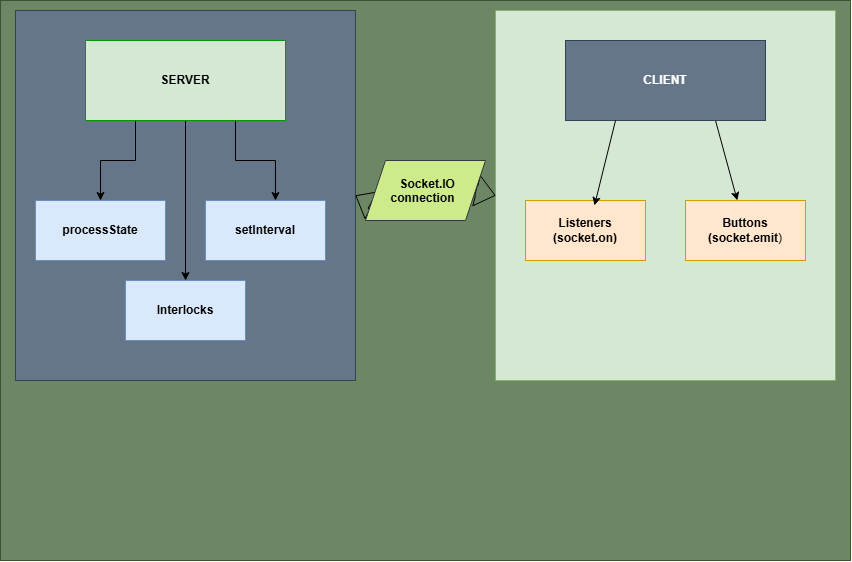
Before: docs/asis-architecture.drawio.png, a diagram exported from draw.io (kelvin-arcanjo/web-scada-hmi-simulator). Source tidied: cells renumbered, new cells last; positions are measured from the earlier drawing's top-left corner, leaving out a move shared by most shapes. Its diagram source:
```xml
<mxGraphModel>
  <root>
    <mxCell id="0" />
    <mxCell id="1" parent="0" />
    <mxCell id="2" style="whiteSpace=wrap;html=1;fillColor=#6d8764;strokeColor=#3A5431;fontColor=#ffffff;" parent="1" vertex="1">
      <mxGeometry width="850" height="560" as="geometry" />
    </mxCell>
    <mxCell id="3" style="whiteSpace=wrap;html=1;fillColor=#d5e8d4;strokeColor=#82b366;" parent="1" vertex="1">
      <mxGeometry x="495" y="10" width="340" height="370" as="geometry" />
    </mxCell>
    <mxCell id="4" style="whiteSpace=wrap;html=1;fillColor=#647687;strokeColor=#314354;fontColor=#ffffff;" parent="1" vertex="1">
      <mxGeometry x="15" y="10" width="340" height="370" as="geometry" />
    </mxCell>
    <mxCell id="5" style="edgeStyle=orthogonalEdgeStyle;rounded=0;jettySize=auto;html=1;exitX=0.25;exitY=1;exitDx=0;exitDy=0;entryX=0.5;entryY=0;entryDx=0;entryDy=0;defaultLabelBackgroundColor=page;" parent="1" edge="1" source="7" target="8">
      <mxGeometry relative="1" as="geometry" />
    </mxCell>
    <mxCell id="6" style="edgeStyle=none;rounded=0;jettySize=auto;html=1;exitX=0.5;exitY=1;exitDx=0;exitDy=0;entryX=0.5;entryY=0;entryDx=0;entryDy=0;defaultLabelBackgroundColor=page;" parent="1" edge="1" source="7" target="10">
      <mxGeometry relative="1" as="geometry" />
    </mxCell>
    <mxCell id="7" value="&lt;b&gt;SERVER&lt;/b&gt;" style="whiteSpace=wrap;html=1;fillColor=#d5e8d4;strokeColor=#009900;" parent="1" vertex="1">
      <mxGeometry x="85" y="40" width="200" height="80" as="geometry" />
    </mxCell>
    <mxCell id="8" value="&lt;b&gt;processState&lt;/b&gt;" style="whiteSpace=wrap;html=1;fillColor=#dae8fc;strokeColor=#6c8ebf;" parent="1" vertex="1">
      <mxGeometry x="35" y="200" width="130" height="60" as="geometry" />
    </mxCell>
    <mxCell id="9" value="&lt;b&gt;setInterval&lt;/b&gt;" style="whiteSpace=wrap;html=1;fillColor=#dae8fc;strokeColor=#6c8ebf;" parent="1" vertex="1">
      <mxGeometry x="205" y="200" width="120" height="60" as="geometry" />
    </mxCell>
    <mxCell id="10" value="&lt;b&gt;Interlocks&lt;/b&gt;" style="whiteSpace=wrap;html=1;fillColor=#dae8fc;strokeColor=#6c8ebf;" parent="1" vertex="1">
      <mxGeometry x="125" y="280" width="120" height="60" as="geometry" />
    </mxCell>
    <mxCell id="11" style="edgeStyle=orthogonalEdgeStyle;rounded=0;jettySize=auto;html=1;exitX=0.75;exitY=1;exitDx=0;exitDy=0;entryX=0.583;entryY=0;entryDx=0;entryDy=0;entryPerimeter=0;defaultLabelBackgroundColor=page;" parent="1" edge="1" source="7" target="9">
      <mxGeometry relative="1" as="geometry" />
    </mxCell>
    <mxCell id="12" style="edgeStyle=orthogonalEdgeStyle;rounded=0;orthogonalLoop=1;jettySize=auto;html=1;innerLoopWaypoints=1;exitX=0.5;exitY=1;exitDx=0;exitDy=0;defaultLabelBackgroundColor=page;" parent="1" edge="1" source="4" target="4">
      <mxGeometry relative="1" as="geometry" />
    </mxCell>
    <mxCell id="13" style="edgeStyle=none;rounded=0;jettySize=auto;html=1;exitX=0.75;exitY=1;exitDx=0;exitDy=0;defaultLabelBackgroundColor=page;" parent="1" edge="1" source="14" target="16">
      <mxGeometry relative="1" as="geometry" />
    </mxCell>
    <mxCell id="14" value="&lt;b&gt;CLIENT&lt;/b&gt;" style="whiteSpace=wrap;html=1;fillColor=#647687;strokeColor=#314354;fontColor=#ffffff;" parent="1" vertex="1">
      <mxGeometry x="565" y="40" width="200" height="80" as="geometry" />
    </mxCell>
    <mxCell id="15" value="&lt;b&gt;Listeners (socket.on)&lt;/b&gt;" style="whiteSpace=wrap;html=1;fillColor=#ffe6cc;strokeColor=#d79b00;" parent="1" vertex="1">
      <mxGeometry x="525" y="200" width="120" height="60" as="geometry" />
    </mxCell>
    <mxCell id="16" value="&lt;b&gt;Buttons (socket.emit&lt;/b&gt;)" style="whiteSpace=wrap;html=1;fillColor=#ffe6cc;strokeColor=#d79b00;" parent="1" vertex="1">
      <mxGeometry x="685" y="200" width="120" height="60" as="geometry" />
    </mxCell>
    <mxCell id="17" style="edgeStyle=none;rounded=0;jettySize=auto;html=1;exitX=0.25;exitY=1;exitDx=0;exitDy=0;entryX=0.575;entryY=0.083;entryDx=0;entryDy=0;entryPerimeter=0;defaultLabelBackgroundColor=page;" parent="1" edge="1" source="14" target="15">
      <mxGeometry relative="1" as="geometry" />
    </mxCell>
    <mxCell id="18" style="edgeStyle=none;shape=flexArrow;rounded=0;jettySize=auto;html=1;exitX=1;exitY=0.5;exitDx=0;exitDy=0;entryX=0;entryY=0.5;entryDx=0;entryDy=0;defaultLabelBackgroundColor=page;" parent="1" edge="1" source="20" target="3">
      <mxGeometry relative="1" as="geometry" />
    </mxCell>
    <mxCell id="19" style="edgeStyle=none;shape=flexArrow;rounded=0;jettySize=auto;html=1;exitX=0;exitY=0.75;exitDx=0;exitDy=0;entryX=1;entryY=0.5;entryDx=0;entryDy=0;defaultLabelBackgroundColor=page;" parent="1" edge="1" source="20" target="4">
      <mxGeometry relative="1" as="geometry" />
    </mxCell>
    <mxCell id="20" value="&lt;b&gt;Socket.IO connection&lt;/b&gt;" style="shape=parallelogram;perimeter=parallelogramPerimeter;whiteSpace=wrap;html=1;shapeInside=1;fixedSize=1;fillColor=#cdeb8b;strokeColor=#36393d;" parent="1" vertex="1">
      <mxGeometry x="365" y="160" width="120" height="60" as="geometry" />
    </mxCell>
  </root>
</mxGraphModel>
```
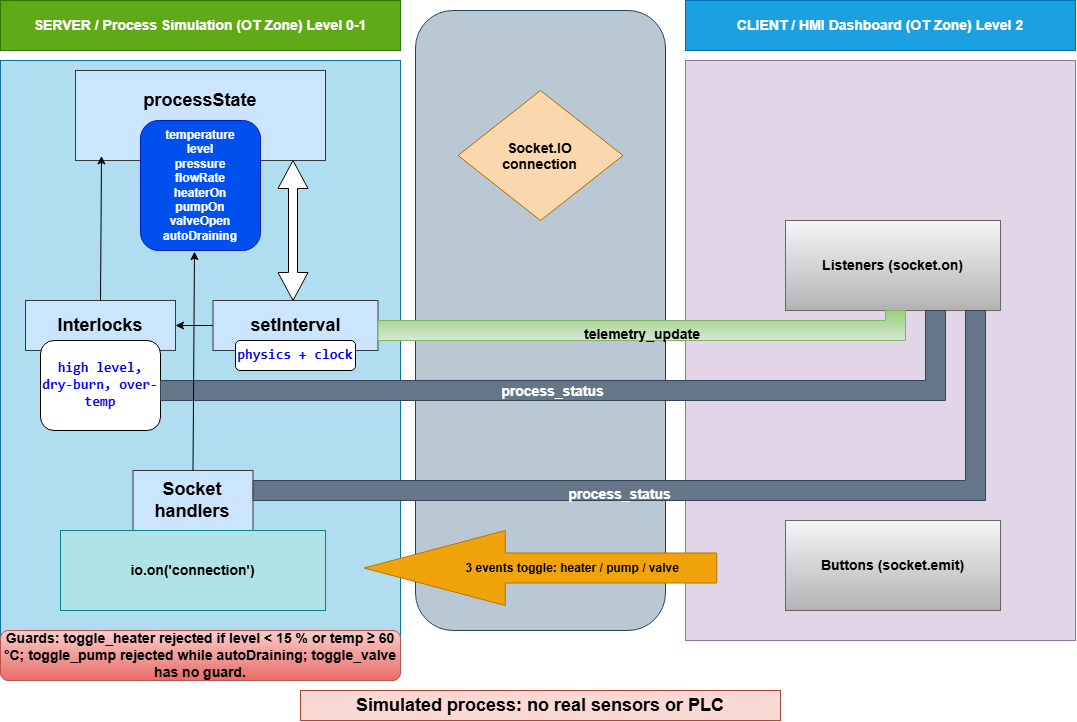
After the change.

What changed in the source:
```diff
@@ -2,62 +2,83 @@
   <root>
     <mxCell id="0" />
     <mxCell id="1" parent="0" />
-    <mxCell id="2" style="whiteSpace=wrap;html=1;fillColor=#6d8764;strokeColor=#3A5431;fontColor=#ffffff;" parent="1" vertex="1">
-      <mxGeometry width="850" height="560" as="geometry" />
-    </mxCell>
-    <mxCell id="3" style="whiteSpace=wrap;html=1;fillColor=#d5e8d4;strokeColor=#82b366;" parent="1" vertex="1">
-      <mxGeometry x="495" y="10" width="340" height="370" as="geometry" />
-    </mxCell>
-    <mxCell id="4" style="whiteSpace=wrap;html=1;fillColor=#647687;strokeColor=#314354;fontColor=#ffffff;" parent="1" vertex="1">
-      <mxGeometry x="15" y="10" width="340" height="370" as="geometry" />
-    </mxCell>
-    <mxCell id="5" style="edgeStyle=orthogonalEdgeStyle;rounded=0;jettySize=auto;html=1;exitX=0.25;exitY=1;exitDx=0;exitDy=0;entryX=0.5;entryY=0;entryDx=0;entryDy=0;defaultLabelBackgroundColor=page;" parent="1" edge="1" source="7" target="8">
-      <mxGeometry relative="1" as="geometry" />
-    </mxCell>
-    <mxCell id="6" style="edgeStyle=none;rounded=0;jettySize=auto;html=1;exitX=0.5;exitY=1;exitDx=0;exitDy=0;entryX=0.5;entryY=0;entryDx=0;entryDy=0;defaultLabelBackgroundColor=page;" parent="1" edge="1" source="7" target="10">
-      <mxGeometry relative="1" as="geometry" />
-    </mxCell>
-    <mxCell id="7" value="&lt;b&gt;SERVER&lt;/b&gt;" style="whiteSpace=wrap;html=1;fillColor=#d5e8d4;strokeColor=#009900;" parent="1" vertex="1">
-      <mxGeometry x="85" y="40" width="200" height="80" as="geometry" />
-    </mxCell>
+    <mxCell id="21" style="rounded=1;whiteSpace=wrap;html=1;fillColor=#bac8d3;strokeColor=#23445d;" parent="1" vertex="1">
+      <mxGeometry x="445" y="-50" width="250" height="620" as="geometry" />
+    </mxCell>
+    <mxCell id="22" style="whiteSpace=wrap;html=1;fillColor=#b1ddf0;strokeColor=#10739e;" parent="1" vertex="1">
+      <mxGeometry x="30" width="400" height="580" as="geometry" />
+    </mxCell>
-    <mxCell id="8" value="&lt;b&gt;processState&lt;/b&gt;" style="whiteSpace=wrap;html=1;fillColor=#dae8fc;strokeColor=#6c8ebf;" parent="1" vertex="1">
-      <mxGeometry x="35" y="200" width="130" height="60" as="geometry" />
+    <mxCell id="8" value="&lt;div style=&quot;&quot;&gt;&lt;b style=&quot;background-color: transparent; color: light-dark(#000000, var(--ge-light-color, #ffffff));&quot;&gt;&lt;font style=&quot;font-size: 18px;&quot;&gt;processState&lt;/font&gt;&lt;/b&gt;&lt;/div&gt;&lt;div style=&quot;&quot;&gt;&lt;b style=&quot;background-color: transparent; color: light-dark(#000000, var(--ge-light-color, #ffffff));&quot;&gt;&lt;font style=&quot;font-size: 24px;&quot;&gt;&lt;br&gt;&lt;/font&gt;&lt;/b&gt;&lt;/div&gt;" style="whiteSpace=wrap;html=1;fillColor=#cce5ff;strokeColor=#36393d;align=center;" parent="1" vertex="1">
+      <mxGeometry x="105" y="10" width="250" height="90" as="geometry" />
     </mxCell>
+    <mxCell id="23" style="edgeStyle=orthogonalEdgeStyle;rounded=0;jettySize=auto;html=1;exitX=0;exitY=0.5;exitDx=0;exitDy=0;entryX=1;entryY=0.5;entryDx=0;entryDy=0;defaultLabelBackgroundColor=page;" parent="1" edge="1" source="9" target="10">
+      <mxGeometry relative="1" as="geometry" />
+    </mxCell>
-    <mxCell id="9" value="&lt;b&gt;setInterval&lt;/b&gt;" style="whiteSpace=wrap;html=1;fillColor=#dae8fc;strokeColor=#6c8ebf;" parent="1" vertex="1">
-      <mxGeometry x="205" y="200" width="120" height="60" as="geometry" />
+    <mxCell id="9" value="&lt;b&gt;&lt;font style=&quot;font-size: 18px;&quot;&gt;setInterval&lt;/font&gt;&lt;/b&gt;" style="whiteSpace=wrap;html=1;fillColor=#cce5ff;strokeColor=#36393d;" parent="1" vertex="1">
+      <mxGeometry x="242.5" y="240" width="165" height="50" as="geometry" />
     </mxCell>
-    <mxCell id="10" value="&lt;b&gt;Interlocks&lt;/b&gt;" style="whiteSpace=wrap;html=1;fillColor=#dae8fc;strokeColor=#6c8ebf;" parent="1" vertex="1">
-      <mxGeometry x="125" y="280" width="120" height="60" as="geometry" />
+    <mxCell id="10" value="&lt;b&gt;&lt;font style=&quot;font-size: 18px;&quot;&gt;Interlocks&lt;/font&gt;&lt;/b&gt;" style="whiteSpace=wrap;html=1;fillColor=#cce5ff;strokeColor=#36393d;" parent="1" vertex="1">
+      <mxGeometry x="55" y="240" width="150" height="50" as="geometry" />
     </mxCell>
-    <mxCell id="11" style="edgeStyle=orthogonalEdgeStyle;rounded=0;jettySize=auto;html=1;exitX=0.75;exitY=1;exitDx=0;exitDy=0;entryX=0.583;entryY=0;entryDx=0;entryDy=0;entryPerimeter=0;defaultLabelBackgroundColor=page;" parent="1" edge="1" source="7" target="9">
-      <mxGeometry relative="1" as="geometry" />
-    </mxCell>
-    <mxCell id="12" style="edgeStyle=orthogonalEdgeStyle;rounded=0;orthogonalLoop=1;jettySize=auto;html=1;innerLoopWaypoints=1;exitX=0.5;exitY=1;exitDx=0;exitDy=0;defaultLabelBackgroundColor=page;" parent="1" edge="1" source="4" target="4">
-      <mxGeometry relative="1" as="geometry" />
-    </mxCell>
-    <mxCell id="13" style="edgeStyle=none;rounded=0;jettySize=auto;html=1;exitX=0.75;exitY=1;exitDx=0;exitDy=0;defaultLabelBackgroundColor=page;" parent="1" edge="1" source="14" target="16">
-      <mxGeometry relative="1" as="geometry" />
-    </mxCell>
-    <mxCell id="14" value="&lt;b&gt;CLIENT&lt;/b&gt;" style="whiteSpace=wrap;html=1;fillColor=#647687;strokeColor=#314354;fontColor=#ffffff;" parent="1" vertex="1">
-      <mxGeometry x="565" y="40" width="200" height="80" as="geometry" />
-    </mxCell>
+    <mxCell id="24" value="&lt;font style=&quot;font-size: 18px;&quot;&gt;&lt;b&gt;Socket handlers&lt;/b&gt;&lt;/font&gt;" style="whiteSpace=wrap;html=1;fillColor=#cce5ff;strokeColor=#36393d;" parent="1" vertex="1">
+      <mxGeometry x="162.5" y="410" width="120" height="60" as="geometry" />
+    </mxCell>
+    <mxCell id="25" value="&lt;b style=&quot;color: rgb(255, 255, 255);&quot;&gt;temperature&lt;/b&gt;&lt;div style=&quot;color: rgb(255, 255, 255);&quot;&gt;&lt;b&gt;level&lt;/b&gt;&lt;/div&gt;&lt;div style=&quot;color: rgb(255, 255, 255);&quot;&gt;&lt;b&gt;pressure&lt;/b&gt;&lt;/div&gt;&lt;div style=&quot;color: rgb(255, 255, 255);&quot;&gt;&lt;b&gt;flowRate&lt;/b&gt;&lt;/div&gt;&lt;div style=&quot;color: rgb(255, 255, 255);&quot;&gt;&lt;b&gt;heaterOn&lt;/b&gt;&lt;/div&gt;&lt;div style=&quot;color: rgb(255, 255, 255);&quot;&gt;&lt;b&gt;pumpOn&lt;/b&gt;&lt;/div&gt;&lt;div style=&quot;color: rgb(255, 255, 255);&quot;&gt;&lt;b&gt;valveOpen&lt;/b&gt;&lt;/div&gt;&lt;div style=&quot;color: rgb(255, 255, 255);&quot;&gt;&lt;b&gt;autoDraining&lt;/b&gt;&lt;/div&gt;" style="rounded=1;whiteSpace=wrap;html=1;fillColor=#0050ef;strokeColor=#001DBC;fontColor=#ffffff;" parent="1" vertex="1">
+      <mxGeometry x="170" y="60" width="120" height="130" as="geometry" />
+    </mxCell>
+    <mxCell id="26" value="&lt;code dir=&quot;ltr&quot;&gt;&lt;b&gt;&lt;font style=&quot;font-size: 14px;&quot;&gt;high level, dry-burn, over-temp&lt;/font&gt;&lt;/b&gt;&lt;/code&gt;" style="rounded=1;whiteSpace=wrap;html=1;fontColor=#0000FF;" parent="1" vertex="1">
+      <mxGeometry x="70" y="280" width="120" height="90" as="geometry" />
+    </mxCell>
+    <mxCell id="27" value="&lt;code dir=&quot;ltr&quot;&gt;&lt;b&gt;&lt;font style=&quot;font-size: 14px;&quot;&gt;physics + clock&lt;/font&gt;&lt;/b&gt;&lt;/code&gt;" style="rounded=1;whiteSpace=wrap;html=1;fontColor=#0000FF;" parent="1" vertex="1">
+      <mxGeometry x="265" y="280" width="120" height="30" as="geometry" />
+    </mxCell>
+    <mxCell id="28" value="&lt;b&gt;&lt;font style=&quot;font-size: 14px;&quot;&gt;io.on('connection')&lt;/font&gt;&lt;/b&gt;" style="whiteSpace=wrap;html=1;fillColor=#b0e3e6;strokeColor=#0e8088;" parent="1" vertex="1">
+      <mxGeometry x="90" y="470" width="265" height="80" as="geometry" />
+    </mxCell>
+    <mxCell id="20" value="&lt;b&gt;&lt;font style=&quot;font-size: 14px;&quot;&gt;Socket.IO connection&lt;/font&gt;&lt;/b&gt;" style="rhombus;whiteSpace=wrap;html=1;shapeInside=1;fillColor=#fad7ac;strokeColor=#b46504;" parent="1" vertex="1">
+      <mxGeometry x="487.5" y="30" width="165" height="130" as="geometry" />
+    </mxCell>
+    <mxCell id="29" style="shape=doubleArrow;direction=south;whiteSpace=wrap;html=1;" parent="1" vertex="1">
+      <mxGeometry x="307.5" y="100" width="30" height="140" as="geometry" />
+    </mxCell>
+    <mxCell id="30" style="whiteSpace=wrap;html=1;fillColor=#e1d5e7;strokeColor=#9673a6;" parent="1" vertex="1">
+      <mxGeometry x="715" width="390" height="580" as="geometry" />
+    </mxCell>
+    <mxCell id="31" style="edgeStyle=none;rounded=0;jettySize=auto;html=1;exitX=0.5;exitY=0;exitDx=0;exitDy=0;entryX=0.104;entryY=0.949;entryDx=0;entryDy=0;entryPerimeter=0;defaultLabelBackgroundColor=page;" parent="1" edge="1" source="10" target="8">
+      <mxGeometry relative="1" as="geometry" />
+    </mxCell>
+    <mxCell id="32" value="&lt;font style=&quot;font-size: 14px;&quot;&gt;&lt;b&gt;SERVER / Process Simulation (OT Zone)&amp;nbsp;&lt;/b&gt;&lt;/font&gt;&lt;b&gt;&lt;font style=&quot;font-size: 14px;&quot;&gt;Level 0-1&lt;/font&gt;&lt;/b&gt;" style="whiteSpace=wrap;html=1;fillColor=#60a917;fontColor=#ffffff;strokeColor=#2D7600;" parent="1" vertex="1">
+      <mxGeometry x="30" y="-60" width="400" height="50" as="geometry" />
+    </mxCell>
+    <mxCell id="33" value="&lt;b&gt;&lt;font style=&quot;font-size: 14px;&quot;&gt;CLIENT / HMI Dashboard (OT Zone)&amp;nbsp;&lt;/font&gt;&lt;font style=&quot;font-size: 14px;&quot;&gt;Level 2&lt;/font&gt;&lt;/b&gt;" style="whiteSpace=wrap;html=1;fillColor=#1ba1e2;fontColor=#ffffff;strokeColor=#006EAF;" parent="1" vertex="1">
+      <mxGeometry x="715" y="-60" width="390" height="50" as="geometry" />
+    </mxCell>
-    <mxCell id="15" value="&lt;b&gt;Listeners (socket.on)&lt;/b&gt;" style="whiteSpace=wrap;html=1;fillColor=#ffe6cc;strokeColor=#d79b00;" parent="1" vertex="1">
-      <mxGeometry x="525" y="200" width="120" height="60" as="geometry" />
+    <mxCell id="15" value="&lt;b&gt;&lt;font style=&quot;font-size: 14px;&quot;&gt;Listeners (socket.on)&lt;/font&gt;&lt;/b&gt;" style="whiteSpace=wrap;html=1;fillColor=#f5f5f5;strokeColor=#666666;gradientColor=#b3b3b3;" parent="1" vertex="1">
+      <mxGeometry x="815" y="160" width="215" height="90" as="geometry" />
     </mxCell>
-    <mxCell id="16" value="&lt;b&gt;Buttons (socket.emit&lt;/b&gt;)" style="whiteSpace=wrap;html=1;fillColor=#ffe6cc;strokeColor=#d79b00;" parent="1" vertex="1">
-      <mxGeometry x="685" y="200" width="120" height="60" as="geometry" />
-    </mxCell>
-    <mxCell id="17" style="edgeStyle=none;rounded=0;jettySize=auto;html=1;exitX=0.25;exitY=1;exitDx=0;exitDy=0;entryX=0.575;entryY=0.083;entryDx=0;entryDy=0;entryPerimeter=0;defaultLabelBackgroundColor=page;" parent="1" edge="1" source="14" target="15">
-      <mxGeometry relative="1" as="geometry" />
-    </mxCell>
-    <mxCell id="18" style="edgeStyle=none;shape=flexArrow;rounded=0;jettySize=auto;html=1;exitX=1;exitY=0.5;exitDx=0;exitDy=0;entryX=0;entryY=0.5;entryDx=0;entryDy=0;defaultLabelBackgroundColor=page;" parent="1" edge="1" source="20" target="3">
-      <mxGeometry relative="1" as="geometry" />
-    </mxCell>
-    <mxCell id="19" style="edgeStyle=none;shape=flexArrow;rounded=0;jettySize=auto;html=1;exitX=0;exitY=0.75;exitDx=0;exitDy=0;entryX=1;entryY=0.5;entryDx=0;entryDy=0;defaultLabelBackgroundColor=page;" parent="1" edge="1" source="20" target="4">
-      <mxGeometry relative="1" as="geometry" />
-    </mxCell>
-    <mxCell id="20" value="&lt;b&gt;Socket.IO connection&lt;/b&gt;" style="shape=parallelogram;perimeter=parallelogramPerimeter;whiteSpace=wrap;html=1;shapeInside=1;fixedSize=1;fillColor=#cdeb8b;strokeColor=#36393d;" parent="1" vertex="1">
-      <mxGeometry x="365" y="160" width="120" height="60" as="geometry" />
-    </mxCell>
+    <mxCell id="34" value="&lt;b&gt;&lt;font style=&quot;font-size: 14px;&quot;&gt;Buttons (socket.emit)&lt;/font&gt;&lt;/b&gt;" style="whiteSpace=wrap;html=1;fillColor=#f5f5f5;strokeColor=#666666;gradientColor=#b3b3b3;" parent="1" vertex="1">
+      <mxGeometry x="815" y="460" width="215" height="90" as="geometry" />
+    </mxCell>
+    <mxCell id="35" value="&amp;nbsp; &amp;nbsp; &amp;nbsp; &amp;nbsp; &amp;nbsp; &amp;nbsp; &amp;nbsp; &amp;nbsp; &amp;nbsp; &lt;b&gt;&amp;nbsp;3 events toggle: heater / pump / valve&lt;/b&gt;" style="shape=singleArrow;whiteSpace=wrap;html=1;arrowWidth=0.4;arrowSize=0.4;fillColor=#f0a30a;strokeColor=#BD7000;direction=west;fontColor=#000000;" parent="1" vertex="1">
+      <mxGeometry x="393.8" y="470" width="352.5" height="75" as="geometry" />
+    </mxCell>
+    <mxCell id="36" value="&lt;div&gt;&lt;b&gt;&lt;font style=&quot;font-size: 14px;&quot;&gt;&lt;br&gt;&lt;/font&gt;&lt;/b&gt;&lt;/div&gt;&lt;b&gt;&lt;font style=&quot;font-size: 14px;&quot;&gt;telemetry_update&lt;/font&gt;&lt;/b&gt;" style="shape=corner;whiteSpace=wrap;html=1;direction=west;fillColor=#d5e8d4;gradientColor=#97d077;strokeColor=#82b366;" parent="1" vertex="1">
+      <mxGeometry x="407.5" y="250" width="527.5" height="30" as="geometry" />
+    </mxCell>
+    <mxCell id="37" value="&lt;div&gt;&lt;br&gt;&lt;/div&gt;&lt;div&gt;&lt;br&gt;&lt;/div&gt;&lt;div&gt;&lt;br&gt;&lt;/div&gt;&lt;div&gt;&lt;br&gt;&lt;/div&gt;&lt;div&gt;&lt;br&gt;&lt;/div&gt;&lt;div&gt;&lt;br&gt;&lt;/div&gt;&lt;div&gt;&lt;br&gt;&lt;/div&gt;&lt;div&gt;&lt;br&gt;&lt;/div&gt;&lt;div&gt;&lt;br&gt;&lt;/div&gt;&lt;div&gt;&lt;br&gt;&lt;/div&gt;&lt;div&gt;&lt;b&gt;&lt;font style=&quot;font-size: 14px;&quot;&gt;&lt;br&gt;&lt;/font&gt;&lt;/b&gt;&lt;/div&gt;&lt;div&gt;&lt;b style=&quot;background-color: transparent;&quot;&gt;&lt;font style=&quot;font-size: 14px;&quot;&gt;&lt;br&gt;&lt;/font&gt;&lt;/b&gt;&lt;/div&gt;&lt;div&gt;&lt;b style=&quot;background-color: transparent;&quot;&gt;&lt;font style=&quot;font-size: 14px;&quot;&gt;process_status&lt;/font&gt;&lt;/b&gt;&lt;/div&gt;" style="shape=corner;whiteSpace=wrap;html=1;direction=west;fillColor=#647687;strokeColor=#314354;fontColor=light-dark(#FFFFFF,var(--ge-light-color, #ffffff));" parent="1" vertex="1">
+      <mxGeometry x="282.5" y="250" width="732.5" height="190" as="geometry" />
+    </mxCell>
+    <mxCell id="38" value="&lt;div&gt;&lt;br&gt;&lt;/div&gt;&lt;div&gt;&lt;br&gt;&lt;/div&gt;&lt;div&gt;&lt;br&gt;&lt;/div&gt;&lt;div&gt;&lt;br&gt;&lt;/div&gt;&lt;div&gt;&lt;br&gt;&lt;/div&gt;&lt;div&gt;&lt;b&gt;&lt;font style=&quot;font-size: 14px;&quot;&gt;process_status&lt;/font&gt;&lt;/b&gt;&lt;/div&gt;" style="shape=corner;whiteSpace=wrap;html=1;direction=west;fillColor=#647687;fontColor=#ffffff;strokeColor=#314354;" parent="1" vertex="1">
+      <mxGeometry x="190" y="250" width="785" height="90" as="geometry" />
+    </mxCell>
+    <mxCell id="39" value="&lt;b&gt;&lt;font style=&quot;font-size: 18px;&quot;&gt;Simulated process: no real sensors or PLC&lt;/font&gt;&lt;/b&gt;" style="text;html=1;whiteSpace=wrap;strokeColor=#ae4132;fillColor=#fad9d5;align=center;verticalAlign=middle;rounded=0;" parent="1" vertex="1">
+      <mxGeometry x="330" y="630" width="480" height="30" as="geometry" />
+    </mxCell>
+    <mxCell id="40" style="edgeStyle=none;rounded=0;jettySize=auto;html=1;exitX=0.5;exitY=0;exitDx=0;exitDy=0;entryX=0.45;entryY=1.008;entryDx=0;entryDy=0;entryPerimeter=0;defaultLabelBackgroundColor=page;" parent="1" edge="1" source="24" target="25">
+      <mxGeometry relative="1" as="geometry" />
+    </mxCell>
+    <mxCell id="41" value="&lt;b&gt;&lt;font style=&quot;font-size: 14px;&quot;&gt;Guards: toggle_heater rejected if level &amp;lt; 15 % or temp ≥ 60 °C; toggle_pump rejected while autoDraining; toggle_valve has no guard.&lt;/font&gt;&lt;/b&gt;" style="rounded=1;whiteSpace=wrap;html=1;fillColor=#f8cecc;strokeColor=#b85450;gradientColor=#ea6b66;" parent="1" vertex="1">
+      <mxGeometry x="30" y="570" width="400" height="50" as="geometry" />
+    </mxCell>
   </root>
 </mxGraphModel>
```
